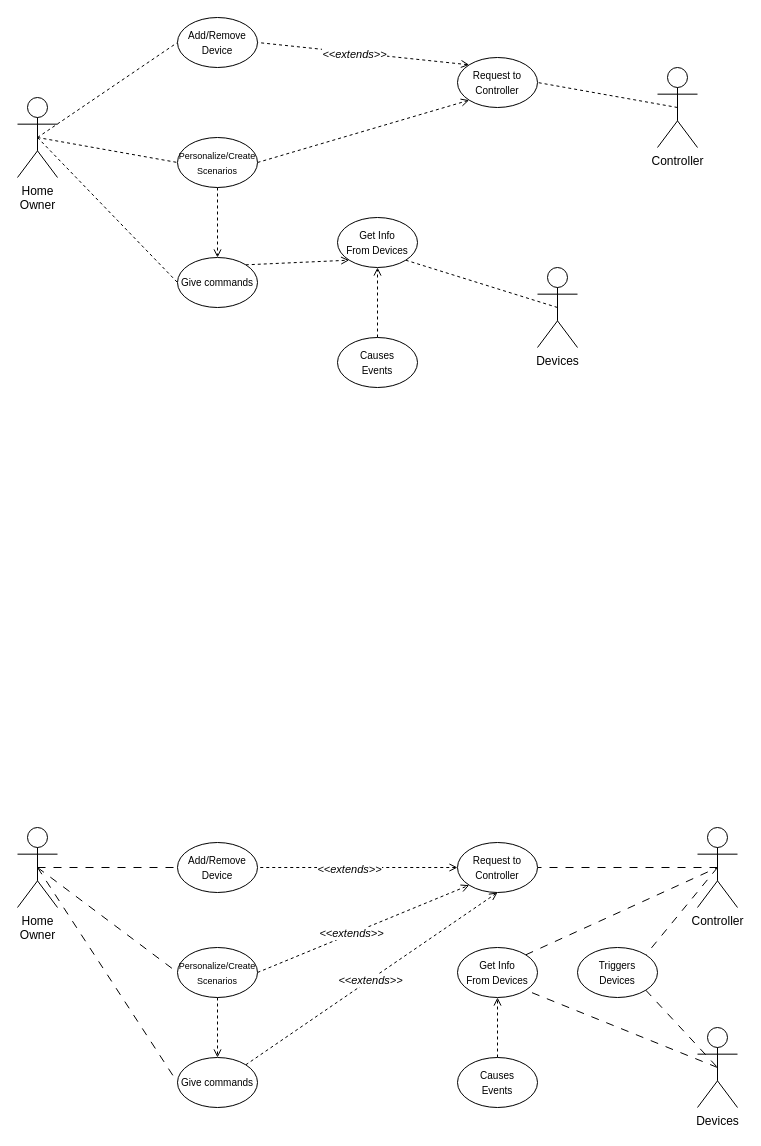
BoredDam/smart_home keeps this draw.io diagram as uml/usecasediagram.drawio. Above is the earlier version. Source tidied: cells renumbered, new cells numbered last; positions are measured from the earlier drawing's top-left corner, leaving out a move shared by most shapes. Both pictures are drawn from the tidied source at 100%, with x=0, y=0 at pixel (17, 17).
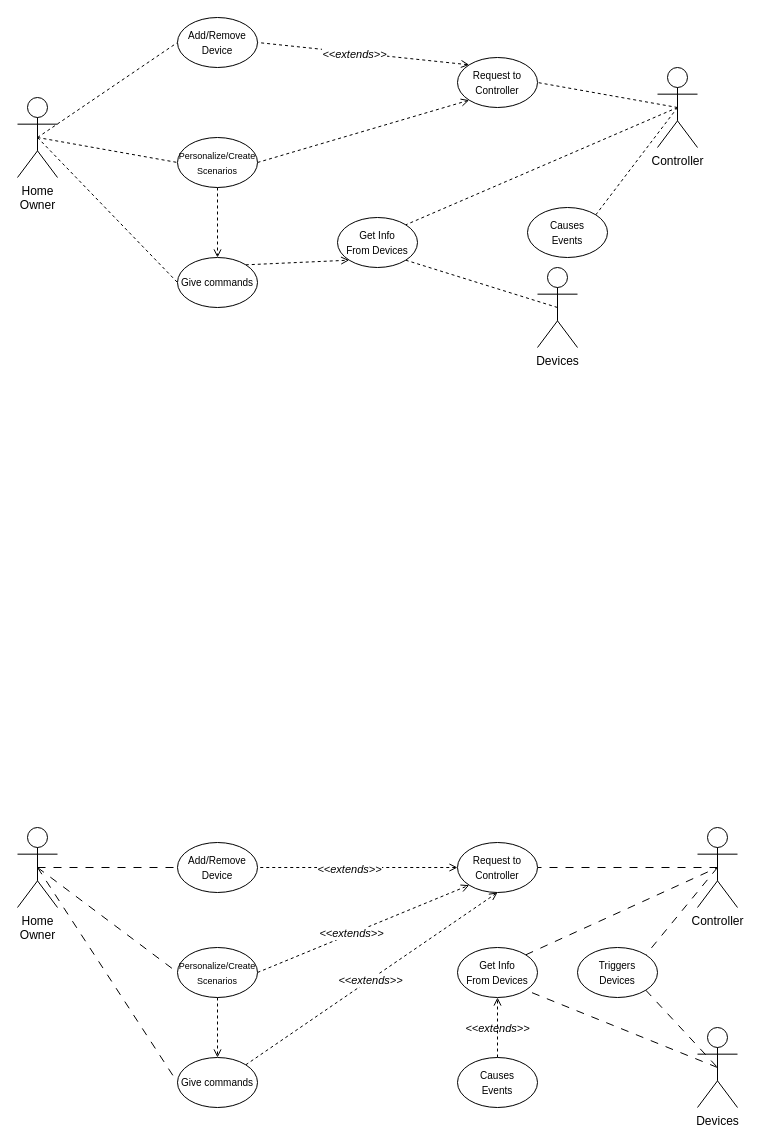
The same page after the edit.

Commit message (it also covers changes not shown here):
Push di UML con le bozze

Unchanged cells that the change refers to:
```xml
<mxCell id="5" value="Controller" style="shape=umlActor;verticalLabelPosition=bottom;verticalAlign=top;html=1;outlineConnect=0;" parent="1" vertex="1">
  <mxGeometry x="640" y="50" width="40" height="80" as="geometry" />
</mxCell>
<mxCell id="19" value="&lt;font size=&quot;1&quot;&gt;Get Info&lt;/font&gt;&lt;div&gt;&lt;font size=&quot;1&quot;&gt;From Devices&lt;/font&gt;&lt;/div&gt;" style="ellipse;whiteSpace=wrap;html=1;" parent="1" vertex="1">
  <mxGeometry x="320" y="200" width="80" height="50" as="geometry" />
</mxCell>
<mxCell id="36" style="rounded=0;jettySize=auto;html=1;exitX=1;exitY=0;exitDx=0;exitDy=0;entryX=0.5;entryY=1;entryDx=0;entryDy=0;dashed=1;endArrow=open;endFill=0;" parent="1" edge="1" source="38" target="41">
  <mxGeometry relative="1" as="geometry" />
</mxCell>
```

Diff of the diagram source:
```diff
@@
-    <mxCell id="20" style="rounded=0;jettySize=auto;html=1;exitX=0.5;exitY=0;exitDx=0;exitDy=0;entryX=0.5;entryY=1;entryDx=0;entryDy=0;dashed=1;endArrow=open;endFill=0;" parent="1" edge="1" source="21" target="19">
-      <mxGeometry relative="1" as="geometry" />
-    </mxCell>
     <mxCell id="21" value="&lt;font size=&quot;1&quot;&gt;Causes&lt;/font&gt;&lt;div&gt;&lt;font size=&quot;1&quot;&gt;Events&lt;/font&gt;&lt;/div&gt;" style="ellipse;whiteSpace=wrap;html=1;" parent="1" vertex="1">
-      <mxGeometry x="320" y="320" width="80" height="50" as="geometry" />
+      <mxGeometry x="510" y="190" width="80" height="50" as="geometry" />
     </mxCell>
@@
+    <mxCell id="48" value="&lt;i&gt;&amp;lt;&amp;lt;extends&amp;gt;&amp;gt;&lt;/i&gt;" style="edgeLabel;html=1;align=center;verticalAlign=middle;fillColor=light-dark(transparent,#000000);" parent="36" vertex="1">
+      <mxGeometry x="-0.01" relative="1" as="geometry">
+        <mxPoint x="127" y="48" as="offset" />
+      </mxGeometry>
+    </mxCell>
@@
+    <mxCell id="49" style="rounded=0;jettySize=auto;html=1;exitX=0.5;exitY=0.5;exitDx=0;exitDy=0;exitPerimeter=0;entryX=1;entryY=0;entryDx=0;entryDy=0;endArrow=none;startFill=0;dashed=1;" parent="1" edge="1" target="19">
+      <mxGeometry relative="1" as="geometry">
+        <mxPoint x="660" y="90" as="sourcePoint" />
+      </mxGeometry>
+    </mxCell>
+    <mxCell id="50" style="rounded=0;jettySize=auto;html=1;entryX=1;entryY=0;entryDx=0;entryDy=0;endArrow=none;startFill=0;dashed=1;exitX=0.5;exitY=0.5;exitDx=0;exitDy=0;exitPerimeter=0;" parent="1" edge="1" source="5" target="21">
+      <mxGeometry relative="1" as="geometry" />
+    </mxCell>
```
